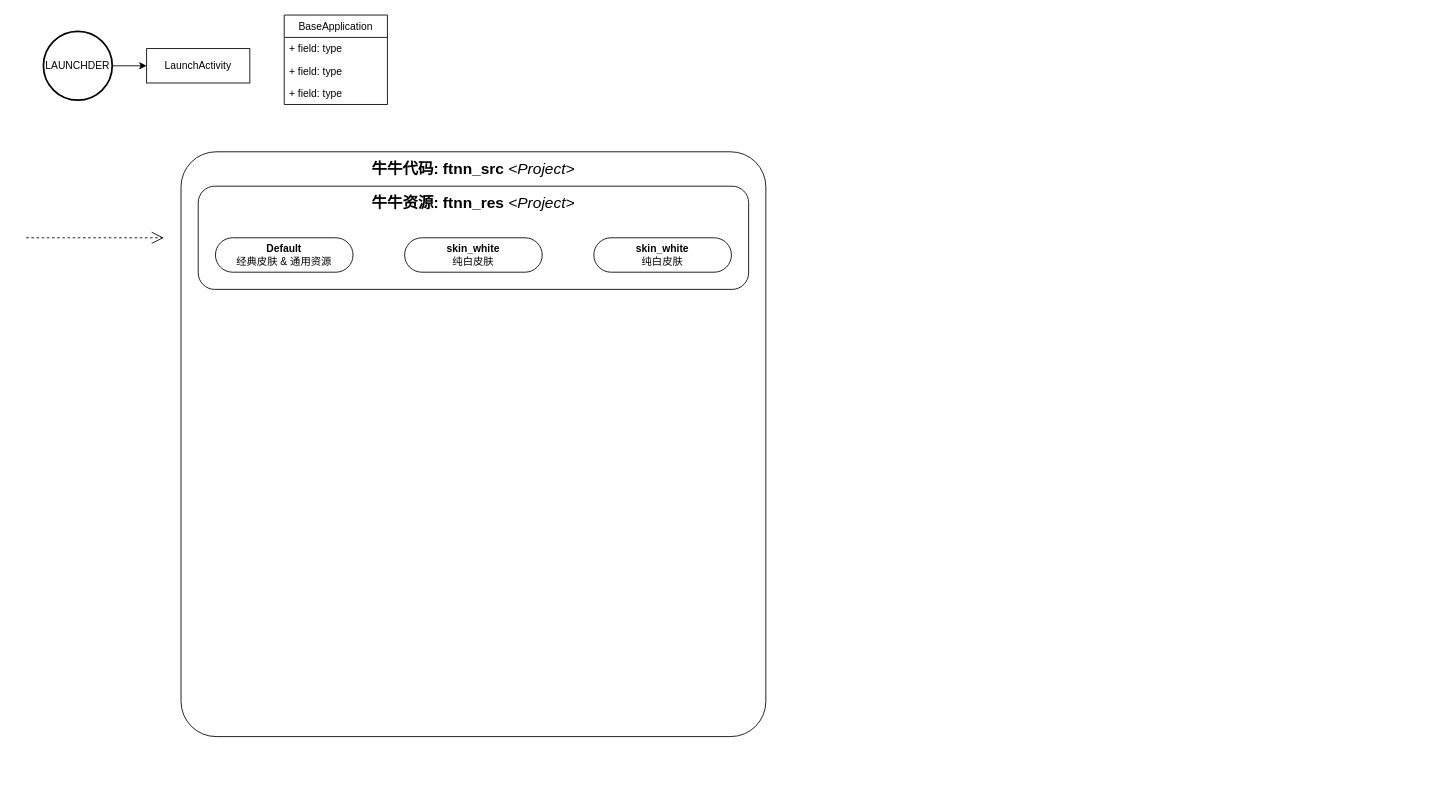
This is FtnnProject.drawio from Cmdone/Draw.io, a draw.io file, before an edit. Source tidied: cells renumbered, new cells numbered last; positions are measured from the earlier drawing's top-left corner, leaving out a move shared by most shapes. Both pictures are drawn from the tidied source at 86%, with x=0, y=0 at pixel (26, 15).
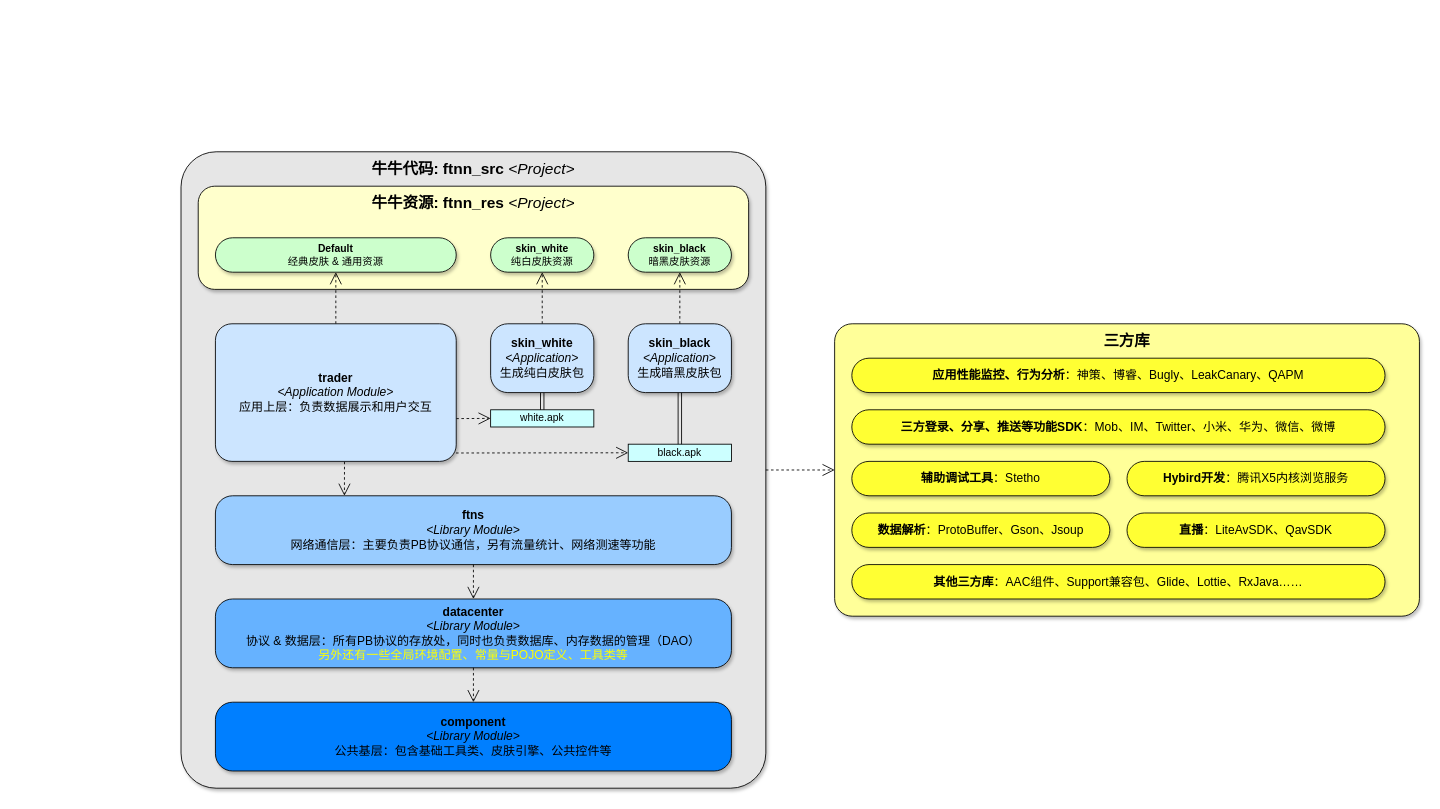
After the change.

The edit, as a diff of the source:
```diff
@@
-    <mxCell id="2" style="rounded=1;whiteSpace=wrap;html=1;shadow=0;fillColor=none;arcSize=6;" parent="1" vertex="1">
-      <mxGeometry x="180" y="159" width="680" height="680" as="geometry" />
+    <mxCell id="2" style="rounded=1;whiteSpace=wrap;html=1;shadow=1;fillColor=#E6E6E6;arcSize=6;" parent="1" vertex="1">
+      <mxGeometry x="180" y="159" width="680" height="740" as="geometry" />
     </mxCell>
-    <mxCell id="3" style="rounded=1;whiteSpace=wrap;html=1;shadow=0;fillColor=none;arcSize=16;" parent="1" vertex="1">
+    <mxCell id="3" style="rounded=1;whiteSpace=wrap;html=1;shadow=1;fillColor=#FFFFCC;arcSize=16;" parent="1" vertex="1">
       <mxGeometry x="200" y="199" width="640" height="120" as="geometry" />
     </mxCell>
@@
-    <mxCell id="5" value="LaunchActivity" style="rounded=0;whiteSpace=wrap;html=1;fillColor=none;" parent="1" vertex="1">
-      <mxGeometry x="140" y="39" width="120" height="40" as="geometry" />
-    </mxCell>
-    <mxCell id="6" style="edgeStyle=orthogonalEdgeStyle;rounded=0;jettySize=auto;html=1;exitX=1;exitY=0.5;exitDx=0;exitDy=0;exitPerimeter=0;" parent="1" edge="1" source="7" target="5">
-      <mxGeometry relative="1" as="geometry" />
-    </mxCell>
-    <mxCell id="7" value="LAUNCHDER" style="strokeWidth=2;html=1;shape=mxgraph.flowchart.start_2;whiteSpace=wrap;fillColor=none;" parent="1" vertex="1">
-      <mxGeometry x="20" y="19" width="80" height="80" as="geometry" />
-    </mxCell>
-    <mxCell id="8" value="BaseApplication" style="swimlane;fontStyle=0;horizontal=1;startSize=26;fillColor=none;" parent="1" vertex="1">
-      <mxGeometry x="300" width="120" height="104" as="geometry" />
-    </mxCell>
-    <mxCell id="9" value="+ field: type" style="text;strokeColor=none;fillColor=none;align=left;verticalAlign=top;spacingLeft=4;spacingRight=4;overflow=hidden;" parent="8" vertex="1">
-      <mxGeometry y="26" width="120" height="26" as="geometry" />
-    </mxCell>
-    <mxCell id="10" value="+ field: type" style="text;strokeColor=none;fillColor=none;align=left;verticalAlign=top;spacingLeft=4;spacingRight=4;overflow=hidden;" parent="8" vertex="1">
-      <mxGeometry y="52" width="120" height="26" as="geometry" />
-    </mxCell>
-    <mxCell id="11" value="+ field: type" style="text;strokeColor=none;fillColor=none;align=left;verticalAlign=top;spacingLeft=4;spacingRight=4;overflow=hidden;" parent="8" vertex="1">
-      <mxGeometry y="78" width="120" height="26" as="geometry" />
-    </mxCell>
@@
-    <mxCell id="13" style="edgeStyle=none;html=1;endArrow=open;endSize=12;dashed=1;verticalAlign=bottom;" parent="1" edge="1">
-      <mxGeometry relative="1" as="geometry">
-        <mxPoint y="259" as="sourcePoint" />
-        <mxPoint x="160" y="259" as="targetPoint" />
-      </mxGeometry>
+    <mxCell id="13" style="edgeStyle=none;html=1;endArrow=open;endSize=12;dashed=1;verticalAlign=bottom;" parent="1" edge="1" source="26" target="14">
+      <mxGeometry relative="1" as="geometry" />
     </mxCell>
-    <mxCell id="14" value="&lt;b&gt;Default&lt;/b&gt;&lt;br&gt;经典皮肤 &amp;amp;&amp;nbsp;通用资源&lt;br&gt;" style="rounded=1;whiteSpace=wrap;html=1;shadow=0;fillColor=none;arcSize=50;" parent="1" vertex="1">
-      <mxGeometry x="220" y="259" width="160" height="40" as="geometry" />
+    <mxCell id="14" value="&lt;b&gt;Default&lt;/b&gt;&lt;br&gt;经典皮肤 &amp;amp;&amp;nbsp;通用资源&lt;br&gt;" style="rounded=1;whiteSpace=wrap;html=1;shadow=1;fillColor=#CCFFCC;arcSize=50;" parent="1" vertex="1">
+      <mxGeometry x="220" y="259" width="280" height="40" as="geometry" />
     </mxCell>
-    <mxCell id="15" value="&lt;b&gt;skin_white&lt;/b&gt;&lt;br&gt;纯白皮肤&lt;br&gt;" style="rounded=1;whiteSpace=wrap;html=1;shadow=0;fillColor=none;arcSize=50;" parent="1" vertex="1">
-      <mxGeometry x="440" y="259" width="160" height="40" as="geometry" />
+    <mxCell id="15" value="&lt;b&gt;skin_white&lt;/b&gt;&lt;br&gt;纯白皮肤资源&lt;br&gt;" style="rounded=1;whiteSpace=wrap;html=1;shadow=1;fillColor=#CCFFCC;arcSize=50;" parent="1" vertex="1">
+      <mxGeometry x="540" y="259" width="120" height="40" as="geometry" />
     </mxCell>
-    <mxCell id="16" value="&lt;b&gt;skin_white&lt;/b&gt;&lt;br&gt;纯白皮肤&lt;br&gt;" style="rounded=1;whiteSpace=wrap;html=1;shadow=0;fillColor=none;arcSize=50;" parent="1" vertex="1">
-      <mxGeometry x="660" y="259" width="160" height="40" as="geometry" />
+    <mxCell id="16" value="&lt;b&gt;skin_black&lt;/b&gt;&lt;br&gt;暗黑皮肤资源&lt;br&gt;" style="rounded=1;whiteSpace=wrap;html=1;shadow=1;fillColor=#CCFFCC;arcSize=50;" parent="1" vertex="1">
+      <mxGeometry x="700" y="259" width="120" height="40" as="geometry" />
     </mxCell>
+    <mxCell id="17" style="edgeStyle=none;html=1;endArrow=open;endSize=12;dashed=1;verticalAlign=bottom;" parent="1" edge="1" source="27" target="15">
+      <mxGeometry relative="1" as="geometry" />
+    </mxCell>
+    <mxCell id="18" style="edgeStyle=none;html=1;endArrow=open;endSize=12;dashed=1;verticalAlign=bottom;" parent="1" edge="1" target="16">
+      <mxGeometry relative="1" as="geometry">
+        <mxPoint x="760" y="359" as="sourcePoint" />
+      </mxGeometry>
+    </mxCell>
+    <mxCell id="19" value="white.apk" style="rounded=0;whiteSpace=wrap;html=1;shadow=0;fillColor=#CCFFFF;" parent="1" vertex="1">
+      <mxGeometry x="540" y="459" width="120" height="20" as="geometry" />
+    </mxCell>
+    <mxCell id="20" value="black.apk" style="rounded=0;whiteSpace=wrap;html=1;shadow=0;fillColor=#CCFFFF;" parent="1" vertex="1">
+      <mxGeometry x="700" y="499" width="120" height="20" as="geometry" />
+    </mxCell>
+    <mxCell id="21" style="shape=link;html=1;" parent="1" edge="1" source="19" target="27">
+      <mxGeometry relative="1" as="geometry" />
+    </mxCell>
+    <mxCell id="22" style="shape=link;html=1;" parent="1" edge="1" source="20">
+      <mxGeometry relative="1" as="geometry">
+        <mxPoint x="760" y="439" as="targetPoint" />
+      </mxGeometry>
+    </mxCell>
+    <mxCell id="23" style="edgeStyle=none;html=1;endArrow=open;endSize=12;dashed=1;verticalAlign=bottom;entryX=0;entryY=0.5;entryDx=0;entryDy=0;exitX=1;exitY=0.689;exitDx=0;exitDy=0;exitPerimeter=0;" parent="1" edge="1" source="26" target="19">
+      <mxGeometry relative="1" as="geometry" />
+    </mxCell>
+    <mxCell id="24" style="edgeStyle=none;html=1;endArrow=open;endSize=12;dashed=1;verticalAlign=bottom;entryX=0;entryY=0.5;entryDx=0;entryDy=0;exitX=0.999;exitY=0.939;exitDx=0;exitDy=0;exitPerimeter=0;" parent="1" edge="1" source="26" target="20">
+      <mxGeometry relative="1" as="geometry" />
+    </mxCell>
+    <mxCell id="25" style="edgeStyle=none;html=1;endArrow=open;endSize=12;dashed=1;verticalAlign=bottom;exitX=0.536;exitY=1.002;exitDx=0;exitDy=0;exitPerimeter=0;" parent="1" edge="1" source="26">
+      <mxGeometry relative="1" as="geometry">
+        <mxPoint x="370" y="559" as="targetPoint" />
+      </mxGeometry>
+    </mxCell>
+    <mxCell id="26" value="&lt;font style=&quot;font-size: 14px&quot;&gt;&lt;b&gt;trader&lt;/b&gt;&lt;br&gt;&lt;i&gt;&amp;lt;Application Module&amp;gt;&lt;br&gt;&lt;/i&gt;&lt;span&gt;应用上层：负责数据展示和用户交互&lt;/span&gt;&lt;/font&gt;" style="rounded=1;whiteSpace=wrap;html=1;shadow=1;fillColor=#CCE5FF;arcSize=12;" parent="1" vertex="1">
+      <mxGeometry x="220" y="359" width="280" height="160" as="geometry" />
+    </mxCell>
+    <mxCell id="27" value="&lt;font style=&quot;font-size: 14px&quot;&gt;&lt;font&gt;&lt;b&gt;skin_white&lt;/b&gt;&lt;br&gt;&lt;i&gt;&amp;lt;Application&amp;gt;&lt;br&gt;&lt;/i&gt;&lt;/font&gt;&lt;span&gt;生成纯白皮肤包&lt;/span&gt;&lt;/font&gt;" style="rounded=1;whiteSpace=wrap;html=1;shadow=1;fillColor=#CCE5FF;arcSize=25;" parent="1" vertex="1">
+      <mxGeometry x="540" y="359" width="120" height="80" as="geometry" />
+    </mxCell>
+    <mxCell id="28" value="&lt;font style=&quot;font-size: 14px&quot;&gt;&lt;font&gt;&lt;b&gt;skin_black&lt;/b&gt;&lt;br&gt;&lt;i&gt;&amp;lt;Application&amp;gt;&lt;br&gt;&lt;/i&gt;&lt;/font&gt;&lt;span&gt;生成暗黑皮肤包&lt;/span&gt;&lt;/font&gt;" style="rounded=1;whiteSpace=wrap;html=1;shadow=1;fillColor=#CCE5FF;arcSize=25;" parent="1" vertex="1">
+      <mxGeometry x="700" y="359" width="120" height="80" as="geometry" />
+    </mxCell>
+    <mxCell id="29" value="&lt;font style=&quot;font-size: 14px&quot;&gt;&lt;b&gt;ftns&lt;/b&gt;&lt;br&gt;&lt;i&gt;&amp;lt;Library Module&amp;gt;&lt;/i&gt;&lt;i&gt;&lt;br&gt;&lt;/i&gt;&lt;span&gt;网络通信层：主要负责PB协议通信，另有流量统计、网络测速等功能&lt;/span&gt;&lt;/font&gt;" style="rounded=1;whiteSpace=wrap;html=1;shadow=1;fillColor=#99CCFF;arcSize=25;" parent="1" vertex="1">
+      <mxGeometry x="220" y="559" width="600" height="80" as="geometry" />
+    </mxCell>
+    <mxCell id="30" value="&lt;font style=&quot;font-size: 14px&quot;&gt;&lt;b&gt;datacenter&lt;/b&gt;&lt;br&gt;&lt;i&gt;&amp;lt;Library Module&amp;gt;&lt;/i&gt;&lt;i&gt;&lt;br&gt;&lt;/i&gt;协议 &amp;amp; 数据&lt;span&gt;层：所有PB协议的存放处，同时也负责数据库、内存数据的管理（DAO）&lt;br&gt;&lt;font color=&quot;#ffff00&quot;&gt;另外还有一些全局环境配置、常量与POJO定义、工具类等&lt;/font&gt;&lt;br&gt;&lt;/span&gt;&lt;/font&gt;" style="rounded=1;whiteSpace=wrap;html=1;shadow=1;fillColor=#66B2FF;arcSize=25;" parent="1" vertex="1">
+      <mxGeometry x="220" y="679" width="600" height="80" as="geometry" />
+    </mxCell>
+    <mxCell id="31" style="edgeStyle=none;html=1;endArrow=open;endSize=12;dashed=1;verticalAlign=bottom;" parent="1" edge="1" source="29" target="30">
+      <mxGeometry relative="1" as="geometry" />
+    </mxCell>
+    <mxCell id="32" value="&lt;font style=&quot;font-size: 14px&quot;&gt;&lt;b&gt;component&lt;/b&gt;&lt;br&gt;&lt;i&gt;&amp;lt;Library Module&amp;gt;&lt;/i&gt;&lt;i&gt;&lt;br&gt;&lt;/i&gt;&lt;span&gt;公共基层：包含基础工具类、皮肤引擎、公共控件等&lt;br&gt;&lt;/span&gt;&lt;/font&gt;" style="rounded=1;whiteSpace=wrap;html=1;shadow=1;fillColor=#007FFF;arcSize=25;" parent="1" vertex="1">
+      <mxGeometry x="220" y="799" width="600" height="80" as="geometry" />
+    </mxCell>
+    <mxCell id="33" style="edgeStyle=none;html=1;endArrow=open;endSize=12;dashed=1;verticalAlign=bottom;" parent="1" edge="1" source="30" target="32">
+      <mxGeometry relative="1" as="geometry" />
+    </mxCell>
+    <mxCell id="34" style="rounded=1;whiteSpace=wrap;html=1;shadow=1;fillColor=#FFFF99;arcSize=6;" parent="1" vertex="1">
+      <mxGeometry x="940" y="359" width="680" height="340" as="geometry" />
+    </mxCell>
+    <mxCell id="35" style="edgeStyle=none;html=1;endArrow=open;endSize=12;dashed=1;verticalAlign=bottom;" parent="1" edge="1" source="2" target="34">
+      <mxGeometry relative="1" as="geometry" />
+    </mxCell>
+    <mxCell id="36" value="&lt;span style=&quot;font-size: 18px&quot;&gt;三方库&lt;/span&gt;&lt;br&gt;" style="text;html=1;strokeColor=none;fillColor=none;align=center;verticalAlign=middle;whiteSpace=wrap;rounded=0;fontStyle=1;" parent="1" vertex="1">
+      <mxGeometry x="940" y="359" width="680" height="40" as="geometry" />
+    </mxCell>
+    <mxCell id="37" value="&lt;div style=&quot;text-align: left&quot;&gt;&lt;b style=&quot;font-size: 14px&quot;&gt;应用性能监控、行为分析&lt;/b&gt;&lt;span style=&quot;font-size: 14px&quot;&gt;：神策、博睿、Bugly、LeakCanary、QAPM&lt;/span&gt;&lt;/div&gt;" style="rounded=1;whiteSpace=wrap;html=1;shadow=1;fillColor=#FFFF33;arcSize=50;" parent="1" vertex="1">
+      <mxGeometry x="960" y="399" width="620" height="40" as="geometry" />
+    </mxCell>
+    <mxCell id="38" value="&lt;div style=&quot;text-align: left&quot;&gt;&lt;b style=&quot;font-size: 14px&quot;&gt;三方登录、分享、推送等功能SDK&lt;/b&gt;&lt;span style=&quot;font-size: 14px&quot;&gt;：Mob、IM、Twitter、小米、华为、微信、微博&lt;/span&gt;&lt;/div&gt;" style="rounded=1;whiteSpace=wrap;html=1;shadow=1;fillColor=#FFFF33;arcSize=50;" parent="1" vertex="1">
+      <mxGeometry x="960" y="459" width="620" height="40" as="geometry" />
+    </mxCell>
+    <mxCell id="39" value="&lt;div style=&quot;text-align: left&quot;&gt;&lt;span style=&quot;font-size: 14px&quot;&gt;&lt;b&gt;辅助调试工具&lt;/b&gt;：Stetho&lt;/span&gt;&lt;/div&gt;" style="rounded=1;whiteSpace=wrap;html=1;shadow=1;fillColor=#FFFF33;arcSize=50;" parent="1" vertex="1">
+      <mxGeometry x="960" y="519" width="300" height="40" as="geometry" />
+    </mxCell>
+    <mxCell id="40" value="&lt;div style=&quot;text-align: left&quot;&gt;&lt;span style=&quot;font-size: 14px&quot;&gt;&lt;b&gt;Hybird开发&lt;/b&gt;：腾讯X5内核浏览服务&lt;/span&gt;&lt;/div&gt;" style="rounded=1;whiteSpace=wrap;html=1;shadow=1;fillColor=#FFFF33;arcSize=50;" parent="1" vertex="1">
+      <mxGeometry x="1280" y="519" width="300" height="40" as="geometry" />
+    </mxCell>
+    <mxCell id="41" value="&lt;div style=&quot;text-align: left&quot;&gt;&lt;span style=&quot;font-size: 14px&quot;&gt;&lt;b&gt;数据解析&lt;/b&gt;：ProtoBuffer、Gson、Jsoup&lt;/span&gt;&lt;/div&gt;" style="rounded=1;whiteSpace=wrap;html=1;shadow=1;fillColor=#FFFF33;arcSize=50;" parent="1" vertex="1">
+      <mxGeometry x="960" y="579" width="300" height="40" as="geometry" />
+    </mxCell>
+    <mxCell id="42" value="&lt;div style=&quot;text-align: left&quot;&gt;&lt;span style=&quot;font-size: 14px&quot;&gt;&lt;b&gt;直播&lt;/b&gt;：LiteAvSDK、QavSDK&lt;/span&gt;&lt;/div&gt;" style="rounded=1;whiteSpace=wrap;html=1;shadow=1;fillColor=#FFFF33;arcSize=50;" parent="1" vertex="1">
+      <mxGeometry x="1280" y="579" width="300" height="40" as="geometry" />
+    </mxCell>
+    <mxCell id="43" value="&lt;div style=&quot;text-align: left&quot;&gt;&lt;span style=&quot;font-size: 14px&quot;&gt;&lt;b&gt;其他三方库&lt;/b&gt;：AAC组件、Support兼容包、Glide、Lottie、RxJava……&lt;/span&gt;&lt;/div&gt;" style="rounded=1;whiteSpace=wrap;html=1;shadow=1;fillColor=#FFFF33;arcSize=50;" parent="1" vertex="1">
+      <mxGeometry x="960" y="639" width="620" height="40" as="geometry" />
+    </mxCell>
```
